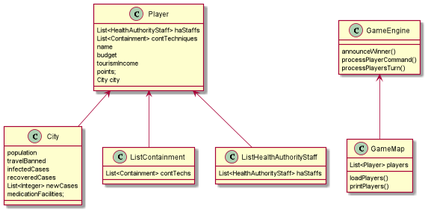
Before: engine.png, a diagram exported from PlantUML (ahmad-hl/comp3021-corona-spring2021). Source of this version:
```plantuml
@startuml

class City{
population
travelBanned
infectedCases
recoveredCases
List<Integer> newCases
medicationFacilities;
}

class Player{
List<HealthAuthorityStaff> haStaffs
List<Containment> contTechniques
name
budget
tourismIncome
points;
City city
}

class GameEngine{
announceWinner()
processPlayerCommand()
processPlayersTurn()
}

class GameMap{
List<Player> players
loadPlayers()
printPlayers()
}

class ListContainment{
List<Containment> contTechs
}
class ListHealthAuthorityStaff{
List<HealthAuthorityStaff> haStaffs
}

Player <-- City
Player <-- ListContainment
Player <-- ListHealthAuthorityStaff
GameEngine <-- GameMap

@enduml
```
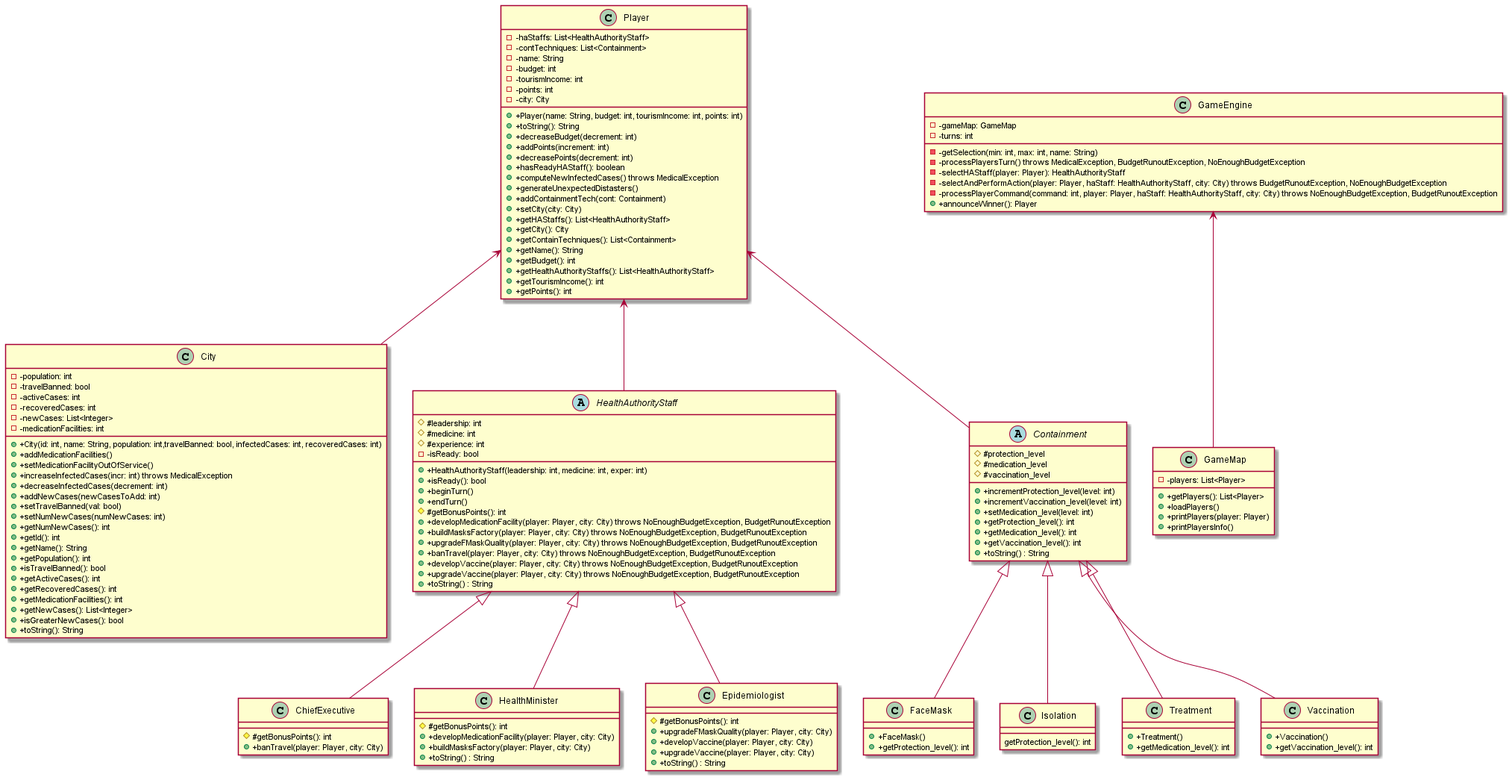
Above is the later version.

The edit, as a diff of the source:
```diff
@@ -1,46 +1,154 @@
 @startuml
-
 class City{
-population
-travelBanned
-infectedCases
-recoveredCases
-List<Integer> newCases
-medicationFacilities;
+- -population: int
+- -travelBanned: bool
+- -activeCases: int
+- -recoveredCases: int
+- -newCases: List<Integer>
+- -medicationFacilities: int
++ +City(id: int, name: String, population: int,travelBanned: bool, infectedCases: int, recoveredCases: int)
++ +addMedicationFacilities()
++ +setMedicationFacilityOutOfService()
++ +increaseInfectedCases(incr: int) throws MedicalException
++ +decreaseInfectedCases(decrement: int)
++ +addNewCases(newCasesToAdd: int)
++ +setTravelBanned(val: bool)
++ +setNumNewCases(numNewCases: int)
++ +getNumNewCases(): int
++ +getId(): int
++ +getName(): String
++ +getPopulation(): int
++ +isTravelBanned(): bool
++ +getActiveCases(): int
++ +getRecoveredCases(): int
++ +getMedicationFacilities(): int
++ +getNewCases(): List<Integer>
++ +isGreaterNewCases(): bool
++ +toString(): String
 }
 
 class Player{
-List<HealthAuthorityStaff> haStaffs
-List<Containment> contTechniques
-name
-budget
-tourismIncome
-points;
-City city
+- -haStaffs: List<HealthAuthorityStaff>
+- -contTechniques: List<Containment>
+- -name: String
+- -budget: int
+- -tourismIncome: int
+- -points: int
+- -city: City
++ +Player(name: String, budget: int, tourismIncome: int, points: int)
++ +toString(): String
++ +decreaseBudget(decrement: int)
++ +addPoints(increment: int)
++ +decreasePoints(decrement: int)
++ +hasReadyHAStaff(): boolean
++ +computeNewInfectedCases() throws MedicalException
++ +generateUnexpectedDistasters()
++ +addContainmentTech(cont: Containment)
++ +setCity(city: City)
++ +getHAStaffs(): List<HealthAuthorityStaff>
++ +getCity(): City
++ +getContainTechniques(): List<Containment>
++ +getName(): String
++ +getBudget(): int
++ +getHealthAuthorityStaffs(): List<HealthAuthorityStaff>
++ +getTourismIncome(): int
++ +getPoints(): int
 }
 
 class GameEngine{
-announceWinner()
-processPlayerCommand()
-processPlayersTurn()
+- -gameMap: GameMap
+- -turns: int
+- -getSelection(min: int, max: int, name: String)
+- -processPlayersTurn() throws MedicalException, BudgetRunoutException, NoEnoughBudgetException
+- -selectHAStaff(player: Player): HealthAuthorityStaff
+- -selectAndPerformAction(player: Player, haStaff: HealthAuthorityStaff, city: City) throws BudgetRunoutException, NoEnoughBudgetException
+- -processPlayerCommand(command: int, player: Player, haStaff: HealthAuthorityStaff, city: City) throws NoEnoughBudgetException, BudgetRunoutException
++ +announceWinner(): Player
 }
 
 class GameMap{
-List<Player> players
-loadPlayers()
-printPlayers()
+- -players: List<Player>
++ +getPlayers(): List<Player>
++ +loadPlayers()
++ +printPlayers(player: Player)
++ +printPlayersInfo()
 }
 
-class ListContainment{
-List<Containment> contTechs
-}
-class ListHealthAuthorityStaff{
-List<HealthAuthorityStaff> haStaffs
+abstract class HealthAuthorityStaff{
+# #leadership: int
+# #medicine: int
+# #experience: int
+- -isReady: bool
++ +HealthAuthorityStaff(leadership: int, medicine: int, exper: int)
++ +isReady(): bool
++ +beginTurn()
++ +endTurn()
+# #getBonusPoints(): int
++ +developMedicationFacility(player: Player, city: City) throws NoEnoughBudgetException, BudgetRunoutException
++ +buildMasksFactory(player: Player, city: City) throws NoEnoughBudgetException, BudgetRunoutException
++ +upgradeFMaskQuality(player: Player, city: City) throws NoEnoughBudgetException, BudgetRunoutException
++ +banTravel(player: Player, city: City) throws NoEnoughBudgetException, BudgetRunoutException
++ +developVaccine(player: Player, city: City) throws NoEnoughBudgetException, BudgetRunoutException
++ +upgradeVaccine(player: Player, city: City) throws NoEnoughBudgetException, BudgetRunoutException
++ +toString() : String
 }
 
+class ChiefExecutive{
+# #getBonusPoints(): int
++ +banTravel(player: Player, city: City)
+}
+class HealthMinister{
+# #getBonusPoints(): int
++ +developMedicationFacility(player: Player, city: City)
++ +buildMasksFactory(player: Player, city: City)
++ +toString() : String
+}
+class Epidemiologist{
+# #getBonusPoints(): int
++ +upgradeFMaskQuality(player: Player, city: City)
++ +developVaccine(player: Player, city: City)
++ +upgradeVaccine(player: Player, city: City)
++ +toString() : String
+}
+HealthAuthorityStaff <|-- ChiefExecutive
+HealthAuthorityStaff <|-- HealthMinister
+HealthAuthorityStaff <|-- Epidemiologist
+
+abstract class Containment{
+# #protection_level
+# #medication_level
+# #vaccination_level
++ +incrementProtection_level(level: int)
++ +incrementVaccination_level(level: int)
++ +setMedication_level(level: int)
++ +getProtection_level(): int
++ +getMedication_level(): int
++ +getVaccination_level(): int
++ +toString() : String
+}
+class FaceMask{
++ +FaceMask()
++ +getProtection_level(): int
+}
+class Isolation{
+getProtection_level(): int
+}
+class Treatment{
++ +Treatment()
++ +getMedication_level(): int
+}
+class Vaccination{
++ +Vaccination()
++ +getVaccination_level(): int
+}
+Containment <|-- FaceMask
+Containment <|-- Isolation
+Containment <|-- Treatment
+Containment <|-- Vaccination
+
 Player <-- City
-Player <-- ListContainment
-Player <-- ListHealthAuthorityStaff
+Player <-- Containment
+Player <-- HealthAuthorityStaff
 GameEngine <-- GameMap
 
 @enduml
```
